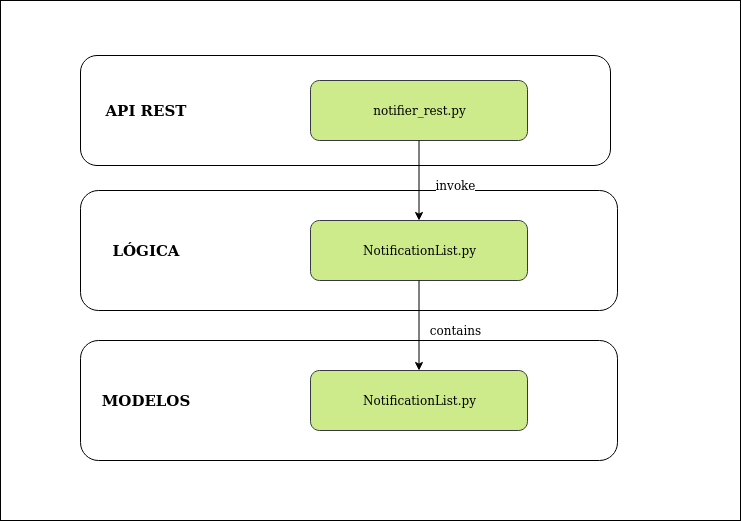
Before: docs/arquitectura/esquema_capas.png, a diagram exported from draw.io (ibe16/CC-19-20-Proyecto). Source tidied: cells renumbered, new cells last; positions are measured from the earlier drawing's top-left corner, leaving out a move shared by most shapes. Source of this version:
```xml
<mxGraphModel>
  <root>
    <mxCell id="0" />
    <mxCell id="1" parent="0" />
    <mxCell id="2" style="rounded=0;whiteSpace=wrap;html=1;" parent="1" vertex="1">
      <mxGeometry width="740" height="520" as="geometry" />
    </mxCell>
    <mxCell id="3" style="rounded=1;whiteSpace=wrap;html=1;" parent="1" vertex="1">
      <mxGeometry x="80" y="55" width="530" height="110" as="geometry" />
    </mxCell>
    <mxCell id="4" value="notifier_rest.py" style="rounded=1;whiteSpace=wrap;html=1;fillColor=#cdeb8b;strokeColor=#36393d;" parent="1" vertex="1">
      <mxGeometry x="310" y="80" width="217" height="60" as="geometry" />
    </mxCell>
    <mxCell id="5" style="rounded=1;whiteSpace=wrap;html=1;" parent="1" vertex="1">
      <mxGeometry x="80" y="190" width="537" height="120" as="geometry" />
    </mxCell>
    <mxCell id="6" value="NotificationList.py" style="rounded=1;whiteSpace=wrap;html=1;fillColor=#cdeb8b;strokeColor=#36393d;" parent="1" vertex="1">
      <mxGeometry x="310" y="220" width="217" height="60" as="geometry" />
    </mxCell>
    <mxCell id="7" style="rounded=1;whiteSpace=wrap;html=1;" parent="1" vertex="1">
      <mxGeometry x="80" y="340" width="537" height="120" as="geometry" />
    </mxCell>
    <mxCell id="8" value="NotificationList.py" style="rounded=1;whiteSpace=wrap;html=1;fillColor=#cdeb8b;strokeColor=#36393d;" parent="1" vertex="1">
      <mxGeometry x="310" y="370" width="217" height="60" as="geometry" />
    </mxCell>
    <mxCell id="9" value="&lt;font style=&quot;font-size: 15px&quot;&gt;&lt;b&gt;API REST&lt;/b&gt;&lt;/font&gt;" style="text;html=1;strokeColor=none;fillColor=none;align=center;verticalAlign=middle;whiteSpace=wrap;rounded=0;" parent="1" vertex="1">
      <mxGeometry x="90" y="90" width="110" height="40" as="geometry" />
    </mxCell>
    <mxCell id="10" value="&lt;b&gt;&lt;font style=&quot;font-size: 15px&quot;&gt;LÓGICA&lt;/font&gt;&lt;/b&gt;" style="text;html=1;strokeColor=none;fillColor=none;align=center;verticalAlign=middle;whiteSpace=wrap;rounded=0;" parent="1" vertex="1">
      <mxGeometry x="90" y="230" width="110" height="40" as="geometry" />
    </mxCell>
    <mxCell id="11" value="&lt;font size=&quot;1&quot;&gt;&lt;b style=&quot;font-size: 15px&quot;&gt;MODELOS&lt;/b&gt;&lt;/font&gt;" style="text;html=1;strokeColor=none;fillColor=none;align=center;verticalAlign=middle;whiteSpace=wrap;rounded=0;" parent="1" vertex="1">
      <mxGeometry x="90" y="380" width="110" height="40" as="geometry" />
    </mxCell>
    <mxCell id="12" style="edgeStyle=orthogonalEdgeStyle;rounded=0;jettySize=auto;html=1;exitX=0.5;exitY=1;exitDx=0;exitDy=0;" parent="1" edge="1" source="4" target="6">
      <mxGeometry relative="1" as="geometry" />
    </mxCell>
    <mxCell id="13" value="invoke" style="text;html=1;align=center;verticalAlign=middle;labelBackgroundColor=#ffffff;" parent="12" vertex="1">
      <mxGeometry x="0.19" y="4" relative="1" as="geometry">
        <mxPoint x="32" y="-3" as="offset" />
      </mxGeometry>
    </mxCell>
    <mxCell id="14" style="edgeStyle=orthogonalEdgeStyle;rounded=0;jettySize=auto;html=1;exitX=0.5;exitY=1;exitDx=0;exitDy=0;entryX=0.5;entryY=0;entryDx=0;entryDy=0;" parent="1" edge="1" source="6" target="8">
      <mxGeometry relative="1" as="geometry" />
    </mxCell>
    <mxCell id="15" value="contains" style="text;html=1;align=center;verticalAlign=middle;labelBackgroundColor=#ffffff;" parent="14" vertex="1">
      <mxGeometry x="-0.14" y="-2" relative="1" as="geometry">
        <mxPoint x="38" y="10" as="offset" />
      </mxGeometry>
    </mxCell>
  </root>
</mxGraphModel>
```
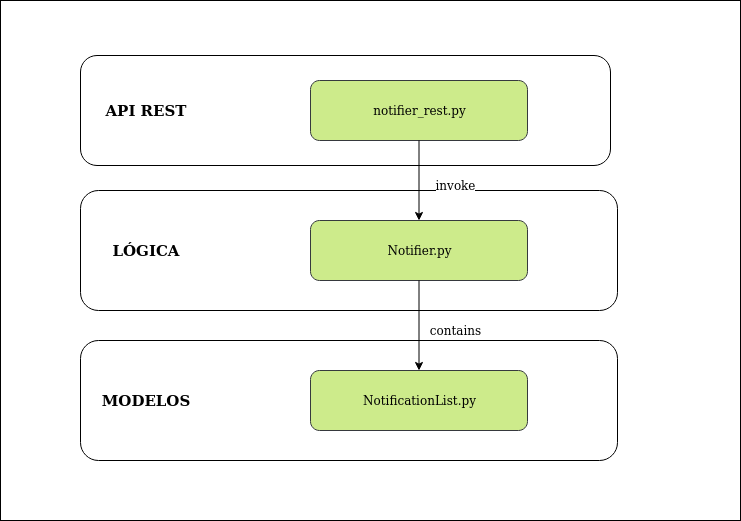
After the change.

What changed in the source:
```diff
@@ -14,7 +14,7 @@
     <mxCell id="5" style="rounded=1;whiteSpace=wrap;html=1;" parent="1" vertex="1">
       <mxGeometry x="80" y="190" width="537" height="120" as="geometry" />
     </mxCell>
-    <mxCell id="6" value="NotificationList.py" style="rounded=1;whiteSpace=wrap;html=1;fillColor=#cdeb8b;strokeColor=#36393d;" parent="1" vertex="1">
+    <mxCell id="6" value="Notifier.py" style="rounded=1;whiteSpace=wrap;html=1;fillColor=#cdeb8b;strokeColor=#36393d;" parent="1" vertex="1">
       <mxGeometry x="310" y="220" width="217" height="60" as="geometry" />
     </mxCell>
     <mxCell id="7" style="rounded=1;whiteSpace=wrap;html=1;" parent="1" vertex="1">
```
